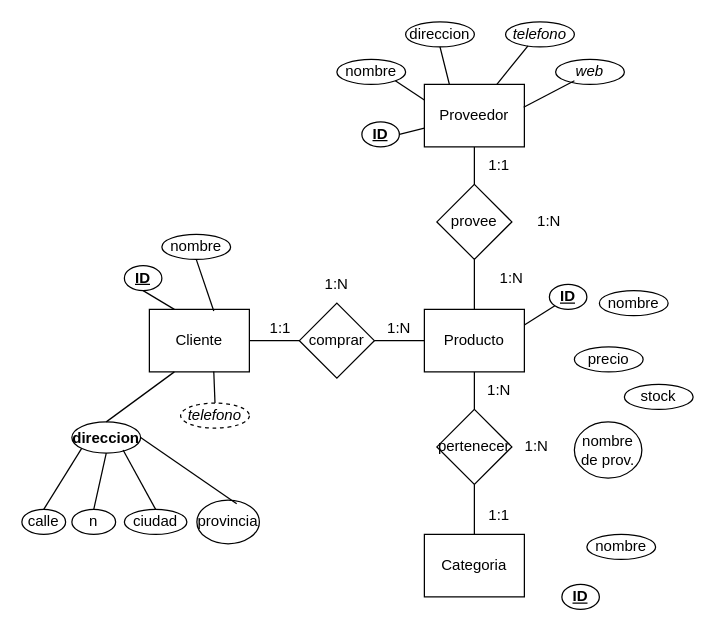
Above: Unidad_1/Tareas/Tarea_1/Diagrama sin título.drawio in OxideVanadium/base_de_datos (draw.io), before the change. Source tidied: cells renumbered, new cells numbered last; positions are measured from the earlier drawing's top-left corner, leaving out a move shared by most shapes. Both pictures are drawn from the tidied source at 125%, with x=0, y=0 at pixel (21, 21).
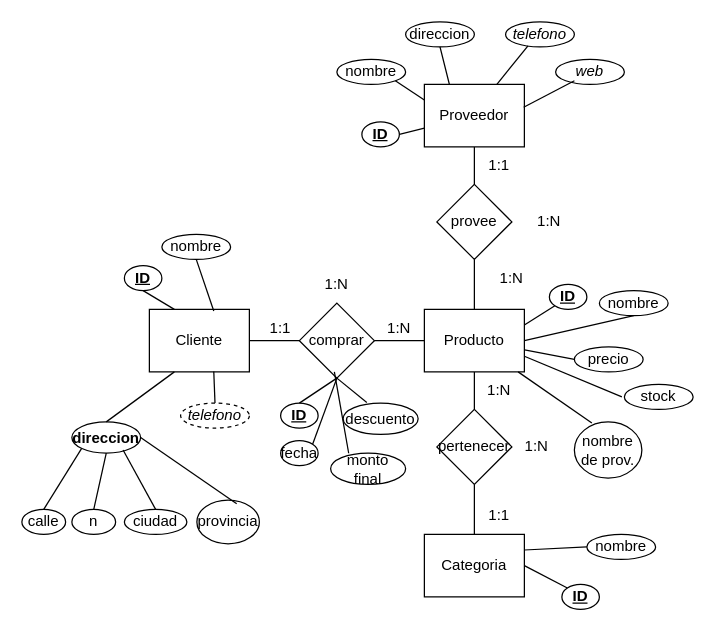
After the change.

Unchanged cells that the change refers to:
```xml
<mxCell id="3" value="Producto" style="rounded=0;whiteSpace=wrap;html=1;" parent="1" vertex="1">
  <mxGeometry x="322" y="230" width="80" height="50" as="geometry" />
</mxCell>
<mxCell id="4" value="Categoria" style="rounded=0;whiteSpace=wrap;html=1;" parent="1" vertex="1">
  <mxGeometry x="322" y="410" width="80" height="50" as="geometry" />
</mxCell>
<mxCell id="5" value="comprar" style="rhombus;whiteSpace=wrap;html=1;" parent="1" vertex="1">
  <mxGeometry x="222" y="225" width="60" height="60" as="geometry" />
</mxCell>
<mxCell id="18" value="1:N" style="text;html=1;strokeColor=none;fillColor=none;align=center;verticalAlign=middle;whiteSpace=wrap;rounded=0;" parent="1" vertex="1">
  <mxGeometry x="352" y="280" width="60" height="30" as="geometry" />
</mxCell>
<mxCell id="27" value="&lt;u&gt;&lt;b&gt;ID&lt;/b&gt;&lt;/u&gt;" style="ellipse;whiteSpace=wrap;html=1;" parent="1" vertex="1">
  <mxGeometry x="432" y="450" width="30" height="20" as="geometry" />
</mxCell>
<mxCell id="28" value="nombre" style="ellipse;whiteSpace=wrap;html=1;" parent="1" vertex="1">
  <mxGeometry x="462" y="215" width="55" height="20" as="geometry" />
</mxCell>
<mxCell id="30" value="nombre" style="ellipse;whiteSpace=wrap;html=1;" parent="1" vertex="1">
  <mxGeometry x="452" y="410" width="55" height="20" as="geometry" />
</mxCell>
<mxCell id="36" value="precio" style="ellipse;whiteSpace=wrap;html=1;" parent="1" vertex="1">
  <mxGeometry x="442" y="260" width="55" height="20" as="geometry" />
</mxCell>
<mxCell id="38" value="nombre de prov." style="ellipse;whiteSpace=wrap;html=1;" parent="1" vertex="1">
  <mxGeometry x="442" y="320" width="54" height="45" as="geometry" />
</mxCell>
```

Diff of the diagram source:
```diff
@@
+    <mxCell id="58" style="endArrow=none;html=1;rounded=0;exitX=1;exitY=0.5;exitDx=0;exitDy=0;entryX=0.5;entryY=1;entryDx=0;entryDy=0;" parent="1" edge="1" source="3" target="28">
+      <mxGeometry relative="1" as="geometry" />
+    </mxCell>
+    <mxCell id="59" style="endArrow=none;html=1;rounded=0;exitX=1.002;exitY=0.647;exitDx=0;exitDy=0;entryX=0;entryY=0.5;entryDx=0;entryDy=0;exitPerimeter=0;" parent="1" edge="1" source="3" target="36">
+      <mxGeometry relative="1" as="geometry" />
+    </mxCell>
+    <mxCell id="60" style="endArrow=none;html=1;rounded=0;exitX=1;exitY=0.75;exitDx=0;exitDy=0;" parent="1" edge="1" source="3">
+      <mxGeometry relative="1" as="geometry">
+        <mxPoint x="480" y="300" as="targetPoint" />
+      </mxGeometry>
+    </mxCell>
+    <mxCell id="61" style="endArrow=none;html=1;rounded=0;exitX=0.75;exitY=0;exitDx=0;exitDy=0;entryX=0.259;entryY=0.021;entryDx=0;entryDy=0;entryPerimeter=0;" parent="1" edge="1" source="18" target="38">
+      <mxGeometry relative="1" as="geometry" />
+    </mxCell>
+    <mxCell id="62" style="endArrow=none;html=1;rounded=0;exitX=1;exitY=0.25;exitDx=0;exitDy=0;entryX=0;entryY=0.5;entryDx=0;entryDy=0;" parent="1" edge="1" source="4" target="30">
+      <mxGeometry relative="1" as="geometry" />
+    </mxCell>
+    <mxCell id="63" style="endArrow=none;html=1;rounded=0;exitX=1;exitY=0.5;exitDx=0;exitDy=0;entryX=0;entryY=0;entryDx=0;entryDy=0;" parent="1" edge="1" source="4" target="27">
+      <mxGeometry relative="1" as="geometry" />
+    </mxCell>
+    <mxCell id="64" value="&lt;u&gt;&lt;b&gt;ID&lt;/b&gt;&lt;/u&gt;" style="ellipse;whiteSpace=wrap;html=1;" parent="1" vertex="1">
+      <mxGeometry x="207" y="305" width="30" height="20" as="geometry" />
+    </mxCell>
+    <mxCell id="65" value="fecha" style="ellipse;whiteSpace=wrap;html=1;" parent="1" vertex="1">
+      <mxGeometry x="207" y="335" width="30" height="20" as="geometry" />
+    </mxCell>
+    <mxCell id="66" value="descuento" style="ellipse;whiteSpace=wrap;html=1;" parent="1" vertex="1">
+      <mxGeometry x="257" y="305" width="60" height="25" as="geometry" />
+    </mxCell>
+    <mxCell id="67" value="monto final" style="ellipse;whiteSpace=wrap;html=1;" parent="1" vertex="1">
+      <mxGeometry x="247" y="345" width="60" height="25" as="geometry" />
+    </mxCell>
+    <mxCell id="68" style="endArrow=none;html=1;rounded=0;entryX=0.5;entryY=1;entryDx=0;entryDy=0;exitX=0.5;exitY=0;exitDx=0;exitDy=0;" parent="1" edge="1" source="64" target="5">
+      <mxGeometry relative="1" as="geometry" />
+    </mxCell>
+    <mxCell id="69" style="endArrow=none;html=1;rounded=0;entryX=0.5;entryY=1;entryDx=0;entryDy=0;exitX=1;exitY=0;exitDx=0;exitDy=0;" parent="1" edge="1" source="65" target="5">
+      <mxGeometry relative="1" as="geometry" />
+    </mxCell>
+    <mxCell id="70" style="endArrow=none;html=1;rounded=0;entryX=0.5;entryY=1;entryDx=0;entryDy=0;exitX=0.316;exitY=-0.023;exitDx=0;exitDy=0;exitPerimeter=0;" parent="1" edge="1" source="66" target="5">
+      <mxGeometry relative="1" as="geometry" />
+    </mxCell>
+    <mxCell id="71" style="endArrow=none;html=1;rounded=0;exitX=0.241;exitY=0.004;exitDx=0;exitDy=0;exitPerimeter=0;" parent="1" edge="1" source="67">
+      <mxGeometry relative="1" as="geometry">
+        <mxPoint x="250" y="280" as="targetPoint" />
+      </mxGeometry>
+    </mxCell>
```
